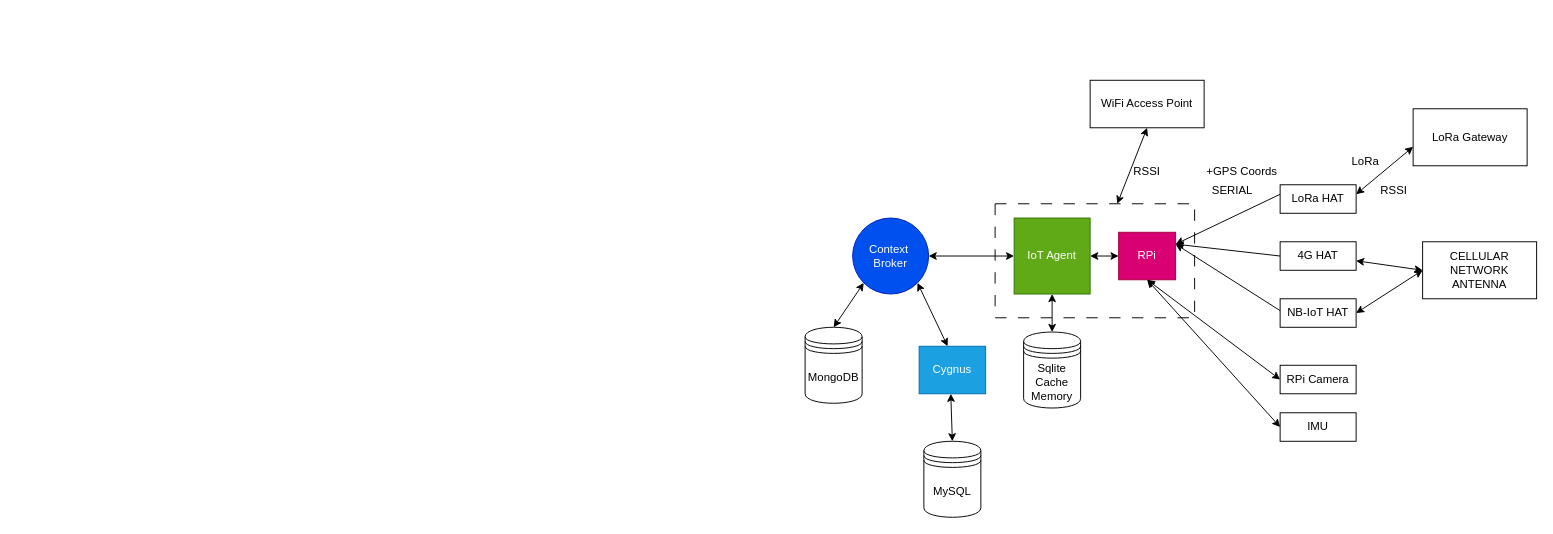
Above: presentations/Architecture/arch.drawio in gdstergiopoulos/AutoSenseAnalytics (draw.io), before the change. Source tidied: cells renumbered, new cells numbered last; positions are measured from the earlier drawing's top-left corner, leaving out a move shared by most shapes. Both pictures are drawn from the tidied source at 95%, with x=0, y=0 at pixel (805, 80). Pictures stored in the file or linked from it are replaced by grey dashed boxes.
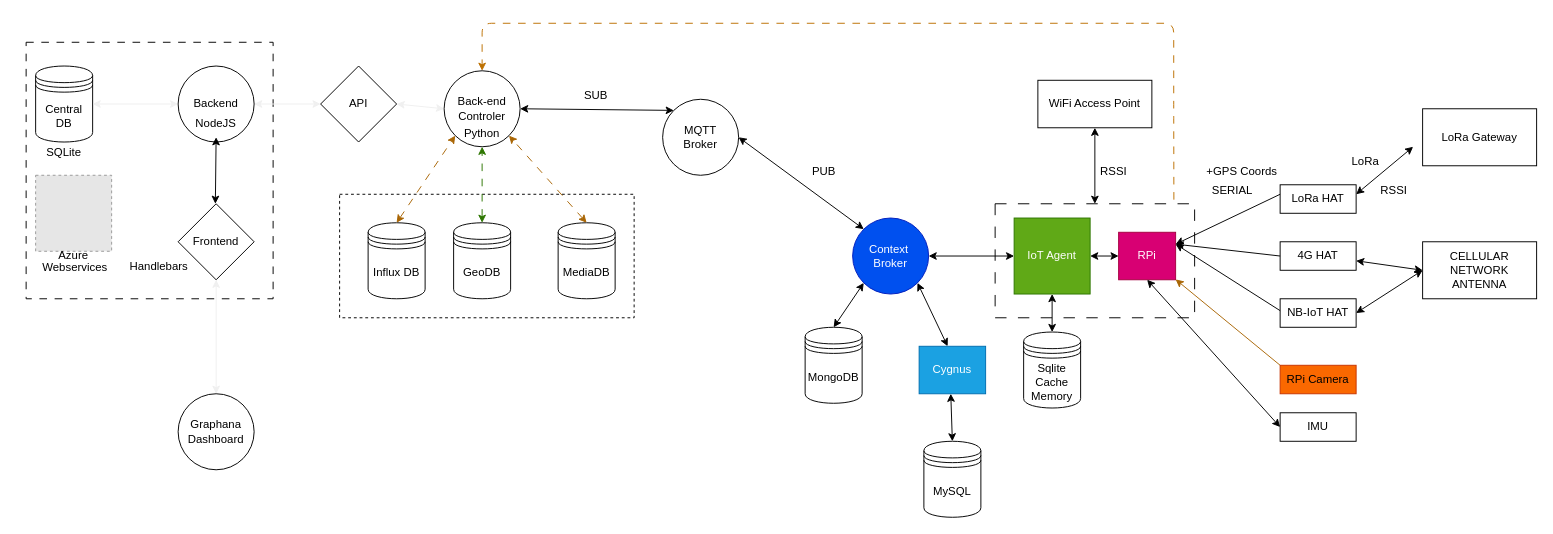
After the change.

Commit message (it also covers changes not shown here):
added a dashboard embeed and architecture draft

Unchanged cells that the change refers to:
```xml
<mxCell id="2" value="RPi" style="rounded=0;whiteSpace=wrap;html=1;fillColor=#d80073;fontColor=#ffffff;strokeColor=#A50040;" parent="1" vertex="1">
  <mxGeometry x="330" y="160" width="60" height="50" as="geometry" />
</mxCell>
<mxCell id="29" value="Context&amp;nbsp;&lt;br&gt;Broker" style="ellipse;whiteSpace=wrap;html=1;fillColor=#0050ef;fontColor=#ffffff;strokeColor=#001DBC;" parent="1" vertex="1">
  <mxGeometry x="50" y="145" width="80" height="80" as="geometry" />
</mxCell>
<mxCell id="37" style="rounded=0;whiteSpace=wrap;html=1;dashed=1;dashPattern=12 12;fillColor=none;" parent="1" vertex="1">
  <mxGeometry x="200" y="130" width="210" height="120" as="geometry" />
</mxCell>
```

The edit, as a diff of the source:
```diff
@@
-    <mxCell id="6" value="RPi Camera" style="rounded=0;whiteSpace=wrap;html=1;" parent="1" vertex="1">
+    <mxCell id="6" value="RPi Camera" style="rounded=0;whiteSpace=wrap;html=1;fillColor=#fa6800;fontColor=#000000;strokeColor=#C73500;" parent="1" vertex="1">
       <mxGeometry x="500" y="300" width="80" height="30" as="geometry" />
     </mxCell>
@@
     <mxCell id="12" value="LoRa Gateway" style="rounded=0;whiteSpace=wrap;html=1;fillColor=none;" parent="1" vertex="1">
-      <mxGeometry x="640" y="30" width="120" height="60" as="geometry" />
+      <mxGeometry x="650" y="30" width="120" height="60" as="geometry" />
     </mxCell>
@@
     <mxCell id="16" value="WiFi Access Point" style="rounded=0;whiteSpace=wrap;html=1;fillColor=none;" parent="1" vertex="1">
-      <mxGeometry x="300" width="120" height="50" as="geometry" />
+      <mxGeometry x="245" width="120" height="50" as="geometry" />
     </mxCell>
     <mxCell id="17" value="&lt;p style=&quot;line-height: 0%;&quot;&gt;RSSI&lt;/p&gt;" style="rounded=0;whiteSpace=wrap;html=1;strokeColor=none;fillColor=none;" parent="1" vertex="1">
-      <mxGeometry x="320" y="80" width="80" height="30" as="geometry" />
+      <mxGeometry x="285" y="80" width="80" height="30" as="geometry" />
     </mxCell>
@@
-    <mxCell id="23" style="endArrow=classic;startArrow=classic;html=1;entryX=0;entryY=0.5;entryDx=0;entryDy=0;exitX=0.5;exitY=1;exitDx=0;exitDy=0;" parent="1" edge="1" source="2" target="6">
-      <mxGeometry relative="1" as="geometry" />
-    </mxCell>
@@
+    <mxCell id="38" value="MQTT&lt;br&gt;Broker" style="ellipse;whiteSpace=wrap;html=1;" parent="1" vertex="1">
+      <mxGeometry x="-150" y="20" width="80" height="80" as="geometry" />
+    </mxCell>
+    <mxCell id="39" style="endArrow=classic;startArrow=classic;html=1;exitX=1;exitY=0.5;exitDx=0;exitDy=0;entryX=0;entryY=0;entryDx=0;entryDy=0;" parent="1" edge="1" source="38" target="29">
+      <mxGeometry relative="1" as="geometry" />
+    </mxCell>
+    <mxCell id="40" value="&lt;p style=&quot;line-height: 0%;&quot;&gt;PUB&lt;/p&gt;" style="rounded=0;whiteSpace=wrap;html=1;strokeColor=none;fillColor=none;" parent="1" vertex="1">
+      <mxGeometry x="-20" y="80" width="80" height="30" as="geometry" />
+    </mxCell>
+    <mxCell id="41" style="endArrow=classic;startArrow=classic;html=1;exitX=1;exitY=0.5;exitDx=0;exitDy=0;entryX=0;entryY=0;entryDx=0;entryDy=0;" parent="1" edge="1" target="38">
+      <mxGeometry relative="1" as="geometry">
+        <mxPoint x="-300" y="30" as="sourcePoint" />
+      </mxGeometry>
+    </mxCell>
+    <mxCell id="42" value="&lt;p style=&quot;line-height: 0%;&quot;&gt;SUB&lt;/p&gt;" style="rounded=0;whiteSpace=wrap;html=1;strokeColor=none;fillColor=none;" parent="1" vertex="1">
+      <mxGeometry x="-260" width="80" height="30" as="geometry" />
+    </mxCell>
+    <mxCell id="43" value="Backend" style="ellipse;whiteSpace=wrap;html=1;" parent="1" vertex="1">
+      <mxGeometry x="-660" y="-15" width="80" height="80" as="geometry" />
+    </mxCell>
+    <mxCell id="44" value="&lt;p style=&quot;line-height: 0%;&quot;&gt;NodeJS&lt;/p&gt;" style="rounded=0;whiteSpace=wrap;html=1;strokeColor=none;fillColor=none;" parent="1" vertex="1">
+      <mxGeometry x="-660" y="30" width="80" height="30" as="geometry" />
+    </mxCell>
+    <mxCell id="45" value="Central DB" style="shape=datastore;whiteSpace=wrap;html=1;fillColor=none;" parent="1" vertex="1">
+      <mxGeometry x="-810" y="-15" width="60" height="80" as="geometry" />
+    </mxCell>
+    <mxCell id="46" style="endArrow=classic;startArrow=classic;html=1;entryX=0.5;entryY=1;entryDx=0;entryDy=0;" parent="1" edge="1" target="44">
+      <mxGeometry relative="1" as="geometry">
+        <mxPoint x="-620.8" y="130" as="sourcePoint" />
+      </mxGeometry>
+    </mxCell>
+    <mxCell id="47" value="Frontend" style="rhombus;whiteSpace=wrap;html=1;" parent="1" vertex="1">
+      <mxGeometry x="-660" y="130" width="80" height="80" as="geometry" />
+    </mxCell>
+    <mxCell id="48" value="&lt;p style=&quot;line-height: 0%;&quot;&gt;Handlebars&lt;/p&gt;" style="rounded=0;whiteSpace=wrap;html=1;strokeColor=none;fillColor=none;" parent="1" vertex="1">
+      <mxGeometry x="-720" y="180" width="80" height="30" as="geometry" />
+    </mxCell>
+    <mxCell id="49" value="&lt;p style=&quot;line-height: 0%;&quot;&gt;SQLite&lt;/p&gt;" style="rounded=0;whiteSpace=wrap;html=1;strokeColor=none;fillColor=none;" parent="1" vertex="1">
+      <mxGeometry x="-820" y="60" width="80" height="30" as="geometry" />
+    </mxCell>
+    <mxCell id="50" style="rounded=0;whiteSpace=wrap;html=1;fillColor=none;dashed=1;dashPattern=8 8;" parent="1" vertex="1">
+      <mxGeometry x="-820" y="-40" width="260" height="270" as="geometry" />
+    </mxCell>
+    <mxCell id="51" value="Back-end&lt;br&gt;Controler&lt;br&gt;" style="ellipse;whiteSpace=wrap;html=1;fillColor=none;" parent="1" vertex="1">
+      <mxGeometry x="-380" y="-10" width="80" height="80" as="geometry" />
+    </mxCell>
+    <mxCell id="52" value="&lt;p style=&quot;line-height: 0%;&quot;&gt;Python&lt;/p&gt;" style="rounded=0;whiteSpace=wrap;html=1;strokeColor=none;fillColor=none;" parent="1" vertex="1">
+      <mxGeometry x="-380" y="40" width="80" height="30" as="geometry" />
+    </mxCell>
+    <mxCell id="53" value="Influx DB" style="shape=datastore;whiteSpace=wrap;html=1;fillColor=none;" parent="1" vertex="1">
+      <mxGeometry x="-460" y="150" width="60" height="80" as="geometry" />
+    </mxCell>
+    <mxCell id="54" value="GeoDB" style="shape=datastore;whiteSpace=wrap;html=1;fillColor=none;" parent="1" vertex="1">
+      <mxGeometry x="-370" y="150" width="60" height="80" as="geometry" />
+    </mxCell>
+    <mxCell id="55" value="MediaDB" style="shape=datastore;whiteSpace=wrap;html=1;fillColor=none;" parent="1" vertex="1">
+      <mxGeometry x="-260" y="150" width="60" height="80" as="geometry" />
+    </mxCell>
+    <mxCell id="56" style="rounded=0;whiteSpace=wrap;html=1;fillColor=none;dashed=1;" parent="1" vertex="1">
+      <mxGeometry x="-490" y="120" width="310" height="130" as="geometry" />
+    </mxCell>
+    <mxCell id="57" value="Graphana&lt;br&gt;Dashboard" style="ellipse;whiteSpace=wrap;html=1;fillColor=none;" parent="1" vertex="1">
+      <mxGeometry x="-660" y="330" width="80" height="80" as="geometry" />
+    </mxCell>
+    <mxCell id="58" style="endArrow=classic;html=1;entryX=0.5;entryY=0;entryDx=0;entryDy=0;exitX=0.896;exitY=-0.036;exitDx=0;exitDy=0;exitPerimeter=0;fillColor=#f0a30a;strokeColor=#BD7000;dashed=1;dashPattern=8 8;" parent="1" edge="1" source="37" target="51">
+      <mxGeometry relative="1" as="geometry">
+        <Array as="points">
+          <mxPoint x="388" y="30" />
+          <mxPoint x="388" y="-60" />
+          <mxPoint x="-340" y="-60" />
+        </Array>
+      </mxGeometry>
+    </mxCell>
+    <mxCell id="59" style="endArrow=classic;html=1;exitX=0;exitY=0;exitDx=0;exitDy=0;fillColor=#fa6800;strokeColor=#a96605;" parent="1" edge="1" source="6" target="2">
+      <mxGeometry relative="1" as="geometry" />
+    </mxCell>
+    <mxCell id="60" style="endArrow=classic;startArrow=classic;html=1;entryX=1;entryY=1;entryDx=0;entryDy=0;exitX=0.5;exitY=0;exitDx=0;exitDy=0;fillColor=#fa6800;strokeColor=#a96605;dashed=1;dashPattern=8 8;" parent="1" edge="1" source="55" target="51">
+      <mxGeometry relative="1" as="geometry" />
+    </mxCell>
+    <mxCell id="61" style="endArrow=classic;startArrow=classic;html=1;dashed=1;dashPattern=8 8;strokeColor=#2D7600;entryX=0.5;entryY=1;entryDx=0;entryDy=0;exitX=0.5;exitY=0;exitDx=0;exitDy=0;fillColor=#60a917;" parent="1" edge="1" source="54" target="51">
+      <mxGeometry relative="1" as="geometry" />
+    </mxCell>
+    <mxCell id="62" style="endArrow=classic;startArrow=classic;html=1;dashed=1;dashPattern=8 8;strokeColor=#a96605;entryX=0;entryY=1;entryDx=0;entryDy=0;exitX=0.5;exitY=0;exitDx=0;exitDy=0;" parent="1" edge="1" source="53" target="51">
+      <mxGeometry relative="1" as="geometry" />
+    </mxCell>
+    <mxCell id="63" value="API" style="rhombus;whiteSpace=wrap;html=1;fillColor=none;" parent="1" vertex="1">
+      <mxGeometry x="-510" y="-15" width="80" height="80" as="geometry" />
+    </mxCell>
+    <mxCell id="64" style="endArrow=classic;startArrow=classic;html=1;strokeColor=#F0F0F0;exitX=1;exitY=0.5;exitDx=0;exitDy=0;entryX=0;entryY=0.5;entryDx=0;entryDy=0;" parent="1" edge="1" source="45" target="43">
+      <mxGeometry relative="1" as="geometry" />
+    </mxCell>
+    <mxCell id="65" style="endArrow=classic;startArrow=classic;html=1;strokeColor=#F0F0F0;entryX=0.5;entryY=1;entryDx=0;entryDy=0;exitX=0.5;exitY=0;exitDx=0;exitDy=0;" parent="1" edge="1" source="57" target="47">
+      <mxGeometry relative="1" as="geometry" />
+    </mxCell>
+    <mxCell id="66" style="endArrow=classic;startArrow=classic;html=1;strokeColor=#F0F0F0;entryX=1;entryY=0.5;entryDx=0;entryDy=0;exitX=0;exitY=0.5;exitDx=0;exitDy=0;" parent="1" edge="1" source="51" target="63">
+      <mxGeometry relative="1" as="geometry" />
+    </mxCell>
+    <mxCell id="67" style="endArrow=classic;startArrow=classic;html=1;strokeColor=#F0F0F0;exitX=0;exitY=0.5;exitDx=0;exitDy=0;" parent="1" edge="1" source="63">
+      <mxGeometry relative="1" as="geometry">
+        <mxPoint x="-580" y="25" as="targetPoint" />
+      </mxGeometry>
+    </mxCell>
+    <mxCell id="68" style="fillColor=#E6E6E6;strokeColor=#999999;dashed=1;verticalLabelPosition=bottom;labelBackgroundColor=default;verticalAlign=top;" parent="1" vertex="1">
+      <mxGeometry x="-810" y="100" width="80" height="80" as="geometry" />
+    </mxCell>
+    <mxCell id="69" value="&lt;p style=&quot;line-height: 0%;&quot;&gt;Azure&lt;/p&gt;&lt;p style=&quot;line-height: 0%;&quot;&gt;&amp;nbsp;Webservices&lt;/p&gt;" style="rounded=0;whiteSpace=wrap;html=1;strokeColor=none;fillColor=none;" parent="1" vertex="1">
+      <mxGeometry x="-830" y="175" width="120" height="30" as="geometry" />
+    </mxCell>
```
